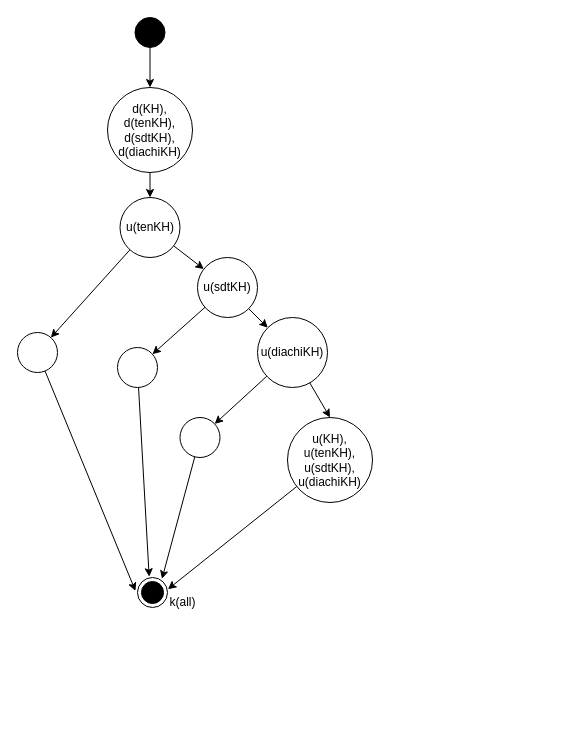
The draw.io diagram page "Page-2" (1 of 4) of KTPM.drawio in lmv2004/identify-service, before the edit. Source tidied: cells renumbered, new cells numbered last; positions are measured from the earlier drawing's top-left corner, leaving out a move shared by most shapes. Both pictures are drawn from the tidied source at 100%, with x=0, y=0 at pixel (17, 17).
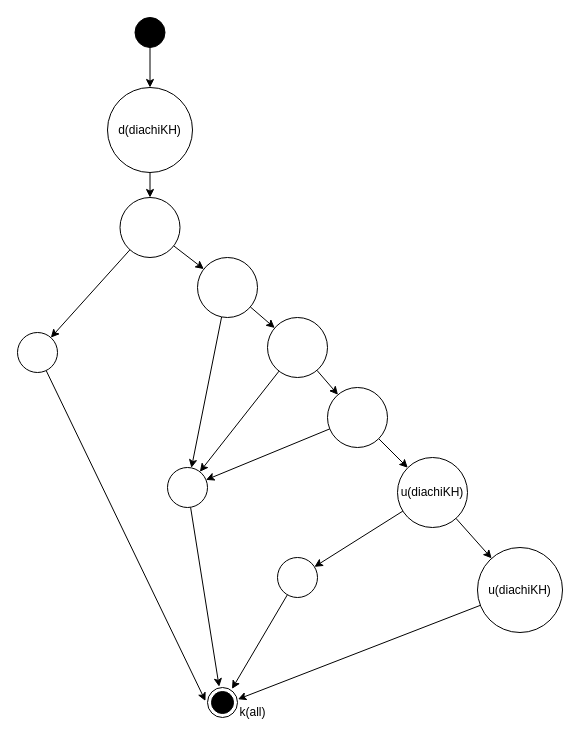
Above is the later version.

What changed in the source:
```diff
@@
-    <mxCell id="5" value="d(KH), d(tenKH), d(sdtKH), d(diachiKH)" style="ellipse;whiteSpace=wrap;html=1;" parent="1" vertex="1">
+    <mxCell id="5" value="d(diachiKH)" style="ellipse;whiteSpace=wrap;html=1;" parent="1" vertex="1">
       <mxGeometry x="90" y="70" width="85" height="85" as="geometry" />
     </mxCell>
@@
-    <mxCell id="8" value="u(tenKH)" style="ellipse;whiteSpace=wrap;html=1;" parent="1" vertex="1">
+    <mxCell id="8" style="ellipse;whiteSpace=wrap;html=1;" parent="1" vertex="1">
       <mxGeometry x="102.5" y="180" width="60" height="60" as="geometry" />
     </mxCell>
@@
-    <mxCell id="12" style="rounded=0;jettySize=auto;html=1;" parent="1" edge="1" source="13" target="18">
+    <mxCell id="12" style="rounded=0;jettySize=auto;html=1;" parent="1" edge="1" source="13" target="27">
       <mxGeometry relative="1" as="geometry" />
     </mxCell>
-    <mxCell id="13" value="u(sdtKH)" style="ellipse;whiteSpace=wrap;html=1;" parent="1" vertex="1">
+    <mxCell id="13" style="ellipse;whiteSpace=wrap;html=1;" parent="1" vertex="1">
       <mxGeometry x="180" y="240" width="60" height="60" as="geometry" />
     </mxCell>
@@
     <mxCell id="15" style="ellipse;whiteSpace=wrap;html=1;" parent="1" vertex="1">
-      <mxGeometry x="100" y="330" width="40" height="40" as="geometry" />
+      <mxGeometry x="150" y="450" width="40" height="40" as="geometry" />
     </mxCell>
@@
-    <mxCell id="17" style="rounded=0;jettySize=auto;html=1;entryX=0.5;entryY=0;entryDx=0;entryDy=0;" parent="1" edge="1" source="18" target="23">
+    <mxCell id="17" style="rounded=0;jettySize=auto;html=1;" parent="1" edge="1" source="18" target="23">
       <mxGeometry relative="1" as="geometry" />
     </mxCell>
     <mxCell id="18" value="u(diachiKH)" style="ellipse;whiteSpace=wrap;html=1;" parent="1" vertex="1">
-      <mxGeometry x="240" y="300" width="70" height="70" as="geometry" />
+      <mxGeometry x="380" y="440" width="70" height="70" as="geometry" />
     </mxCell>
@@
     <mxCell id="20" style="ellipse;whiteSpace=wrap;html=1;" parent="1" vertex="1">
-      <mxGeometry x="162.5" y="400" width="40" height="40" as="geometry" />
+      <mxGeometry x="260" y="540" width="40" height="40" as="geometry" />
     </mxCell>
@@
     <mxCell id="22" style="ellipse;html=1;shape=endState;fillColor=strokeColor;fontSize=11;labelPosition=left;verticalLabelPosition=middle;align=right;verticalAlign=middle;spacingRight=7;" parent="1" vertex="1">
-      <mxGeometry x="120" y="560" width="30" height="30" as="geometry" />
+      <mxGeometry x="190" y="670" width="30" height="30" as="geometry" />
     </mxCell>
-    <mxCell id="23" value="u(KH), u(tenKH), u(sdtKH), u(diachiKH)" style="ellipse;whiteSpace=wrap;html=1;" parent="1" vertex="1">
-      <mxGeometry x="270" y="400" width="85" height="85" as="geometry" />
+    <mxCell id="23" value="u(diachiKH)" style="ellipse;whiteSpace=wrap;html=1;" parent="1" vertex="1">
+      <mxGeometry x="460" y="530" width="85" height="85" as="geometry" />
     </mxCell>
     <mxCell id="24" value="k(all)" style="text;html=1;align=center;verticalAlign=middle;strokeColor=none;fillColor=none;" parent="1" vertex="1">
-      <mxGeometry x="140" y="570" width="50" height="30" as="geometry" />
+      <mxGeometry x="210" y="680" width="50" height="30" as="geometry" />
     </mxCell>
+    <mxCell id="25" style="rounded=0;jettySize=auto;html=1;" parent="1" edge="1" source="27" target="30">
+      <mxGeometry relative="1" as="geometry" />
+    </mxCell>
+    <mxCell id="26" style="rounded=0;jettySize=auto;html=1;" parent="1" edge="1" source="27" target="15">
+      <mxGeometry relative="1" as="geometry" />
+    </mxCell>
+    <mxCell id="27" style="ellipse;whiteSpace=wrap;html=1;" parent="1" vertex="1">
+      <mxGeometry x="250" y="300" width="60" height="60" as="geometry" />
+    </mxCell>
+    <mxCell id="28" style="rounded=0;jettySize=auto;html=1;" parent="1" edge="1" source="30" target="15">
+      <mxGeometry relative="1" as="geometry" />
+    </mxCell>
+    <mxCell id="29" style="rounded=0;jettySize=auto;html=1;" parent="1" edge="1" source="30" target="18">
+      <mxGeometry relative="1" as="geometry" />
+    </mxCell>
+    <mxCell id="30" style="ellipse;whiteSpace=wrap;html=1;" parent="1" vertex="1">
+      <mxGeometry x="310" y="370" width="60" height="60" as="geometry" />
+    </mxCell>
```
